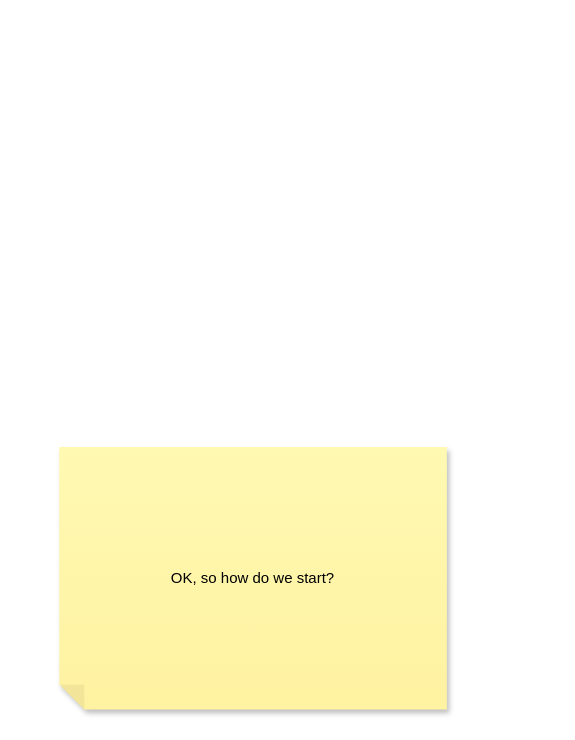
This is SampleAnalysisDataUML.drawio from emo-bon/RDF-Semantics, a draw.io file, before an edit. Source tidied: cells renumbered, new cells numbered last; positions are measured from the earlier drawing's top-left corner, leaving out a move shared by most shapes. Both pictures are drawn from the tidied source at 125%, with x=0, y=0 at pixel (59, 446).
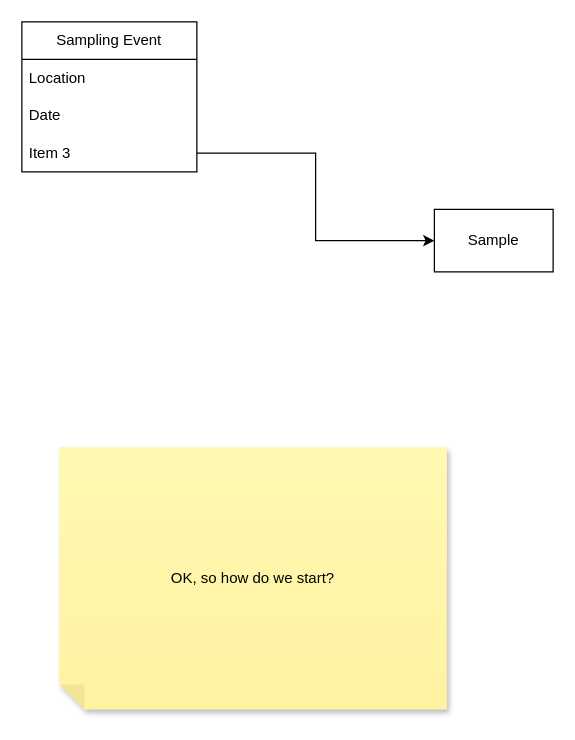
After the change.

The edit, as a diff of the source:
```diff
@@
 <mxGraphModel>
   <root>
     <mxCell id="0" />
     <mxCell id="1" parent="0" />
     <mxCell id="2" value="OK, so how do we start?" style="shape=note;whiteSpace=wrap;html=1;backgroundOutline=1;fontColor=#000000;darkOpacity=0.05;fillColor=#FFF9B2;strokeColor=none;fillStyle=solid;direction=west;gradientDirection=north;gradientColor=#FFF2A1;shadow=1;size=20;" parent="1" vertex="1">
       <mxGeometry width="310" height="210" as="geometry" />
     </mxCell>
+    <mxCell id="3" value="Sample" style="rounded=0;whiteSpace=wrap;html=1;" parent="1" vertex="1">
+      <mxGeometry x="300" y="-190" width="95" height="50" as="geometry" />
+    </mxCell>
+    <mxCell id="4" value="Sampling Event" style="swimlane;fontStyle=0;horizontal=1;startSize=30;whiteSpace=wrap;html=1;" parent="1" vertex="1">
+      <mxGeometry x="-30" y="-340" width="140" height="120" as="geometry" />
+    </mxCell>
+    <mxCell id="5" value="Location" style="text;strokeColor=none;fillColor=none;align=left;verticalAlign=middle;spacingLeft=4;spacingRight=4;overflow=hidden;whiteSpace=wrap;html=1;" parent="4" vertex="1">
+      <mxGeometry y="30" width="140" height="30" as="geometry" />
+    </mxCell>
+    <mxCell id="6" value="Date" style="text;strokeColor=none;fillColor=none;align=left;verticalAlign=middle;spacingLeft=4;spacingRight=4;overflow=hidden;whiteSpace=wrap;html=1;" parent="4" vertex="1">
+      <mxGeometry y="60" width="140" height="30" as="geometry" />
+    </mxCell>
+    <mxCell id="7" value="Item 3" style="text;strokeColor=none;fillColor=none;align=left;verticalAlign=middle;spacingLeft=4;spacingRight=4;overflow=hidden;points=[[0,0.5],[1,0.5]];portConstraint=eastwest;whiteSpace=wrap;html=1;" parent="4" vertex="1">
+      <mxGeometry y="90" width="140" height="30" as="geometry" />
+    </mxCell>
+    <mxCell id="8" style="edgeStyle=orthogonalEdgeStyle;rounded=0;jettySize=auto;html=1;exitX=1;exitY=0.5;exitDx=0;exitDy=0;entryX=0;entryY=0.5;entryDx=0;entryDy=0;" parent="1" edge="1" source="7" target="3">
+      <mxGeometry relative="1" as="geometry" />
+    </mxCell>
   </root>
 </mxGraphModel>
```
